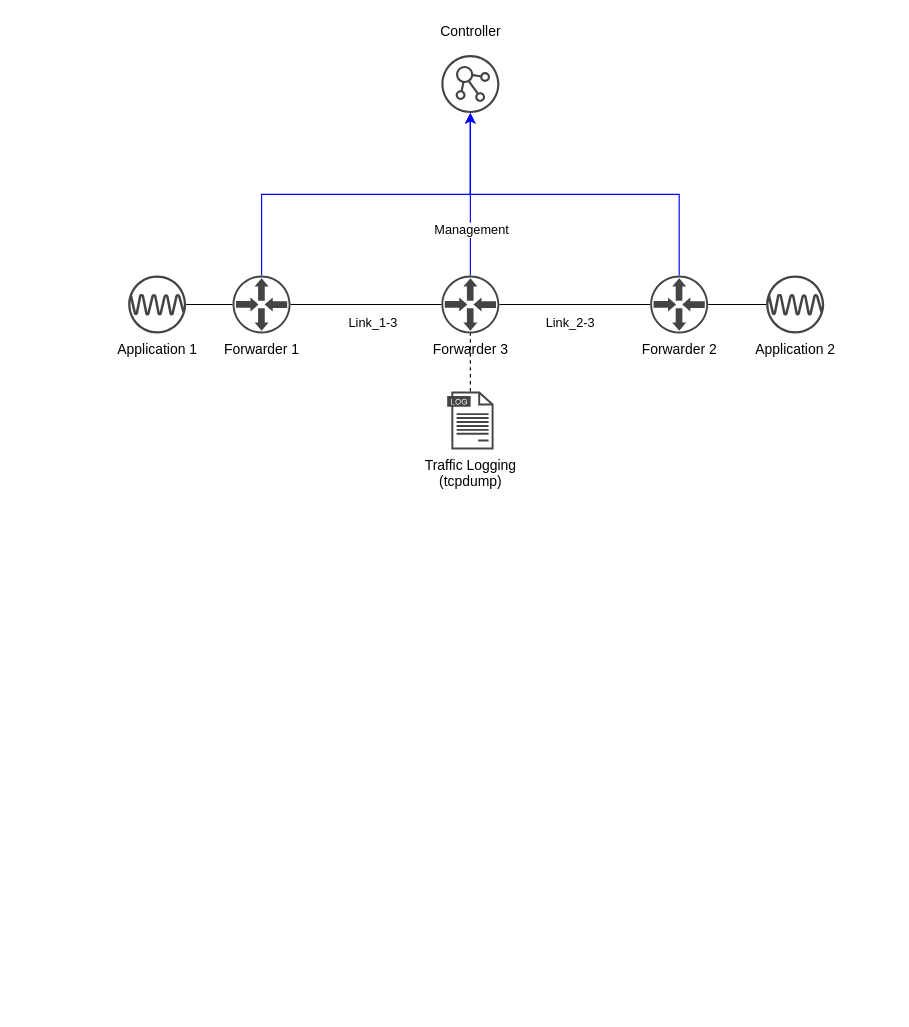
Above: Topology.drawio in cianmawhinney/CSU33031-Assignment-2 (draw.io), before the change. Source tidied: cells renumbered, new cells numbered last; positions are measured from the earlier drawing's top-left corner, leaving out a move shared by most shapes. Both pictures are drawn from the tidied source at 116%, with x=0, y=0 at pixel (128, 20).
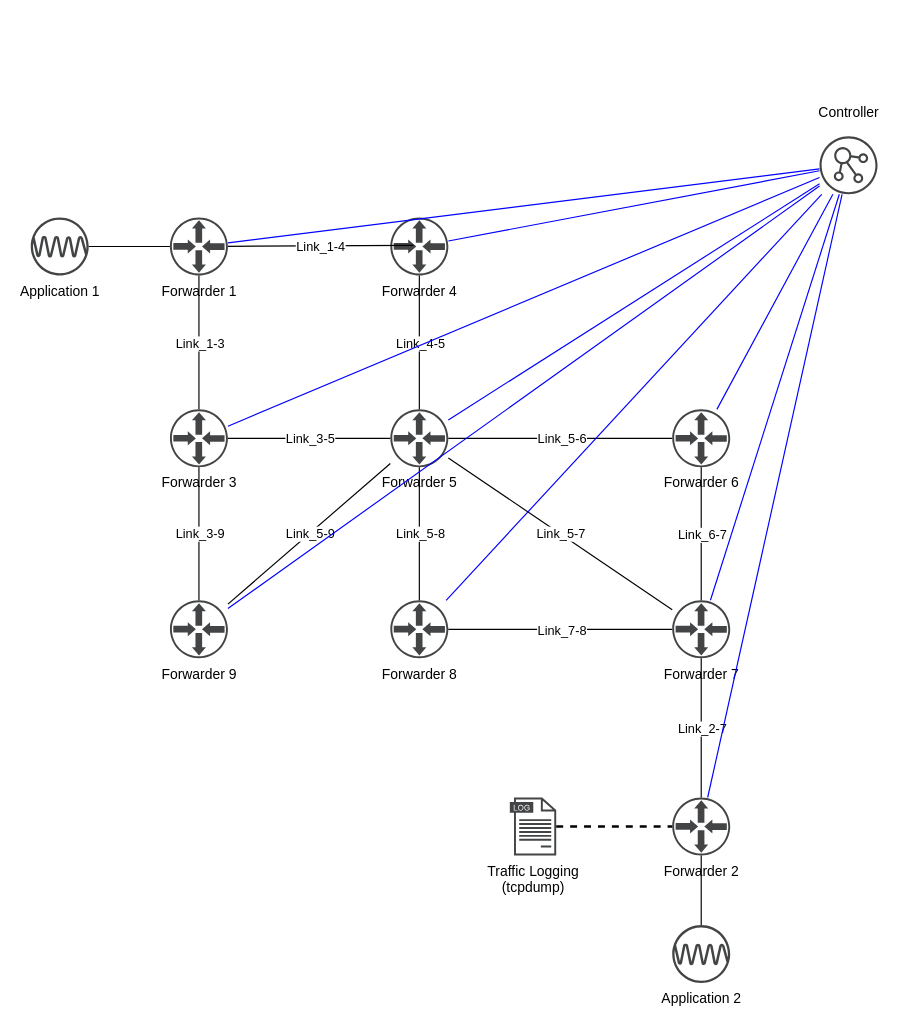
The same page after the edit.

Commit message (it also covers changes not shown here):
Create more complex topology

Diff of the diagram source:
```diff
@@
-    <mxCell id="2" style="edgeStyle=orthogonalEdgeStyle;rounded=0;jettySize=auto;html=1;endArrow=none;endFill=0;" parent="1" edge="1" source="5" target="17">
-      <mxGeometry relative="1" as="geometry" />
-    </mxCell>
-    <mxCell id="3" value="Link_1-3" style="edgeLabel;html=1;align=center;verticalAlign=middle;" parent="2" vertex="1">
-      <mxGeometry x="0.31" y="1" relative="1" as="geometry">
-        <mxPoint x="-15" y="16" as="offset" />
-      </mxGeometry>
-    </mxCell>
-    <mxCell id="4" style="edgeStyle=orthogonalEdgeStyle;rounded=0;jettySize=auto;html=1;endArrow=classic;endFill=1;strokeColor=#0000FF;" parent="1" edge="1" source="5" target="8">
-      <mxGeometry relative="1" as="geometry">
-        <Array as="points">
-          <mxPoint x="115" y="150" />
-          <mxPoint x="295" y="150" />
-        </Array>
-      </mxGeometry>
-    </mxCell>
     <mxCell id="5" value="Forwarder 1" style="shadow=0;dashed=0;html=1;strokeColor=none;fillColor=#434445;labelPosition=center;verticalLabelPosition=bottom;verticalAlign=top;align=center;outlineConnect=0;shape=mxgraph.vvd.physical_upstream_router;" parent="1" vertex="1">
-      <mxGeometry x="90" y="220" width="50" height="50" as="geometry" />
+      <mxGeometry x="36" y="170" width="50" height="50" as="geometry" />
     </mxCell>
-    <mxCell id="6" style="edgeStyle=orthogonalEdgeStyle;rounded=0;jettySize=auto;html=1;endArrow=none;endFill=0;" parent="1" edge="1" source="7" target="5">
+    <mxCell id="6" style="rounded=0;jettySize=auto;html=1;endArrow=none;endFill=0;" parent="1" edge="1" source="7" target="5">
       <mxGeometry relative="1" as="geometry" />
     </mxCell>
     <mxCell id="7" value="Application 1" style="shadow=0;dashed=0;html=1;strokeColor=none;fillColor=#434445;labelPosition=center;verticalLabelPosition=bottom;verticalAlign=top;align=center;outlineConnect=0;shape=mxgraph.vvd.platform_services_controller;" parent="1" vertex="1">
-      <mxGeometry y="220" width="50" height="50" as="geometry" />
+      <mxGeometry x="-84" y="170" width="50" height="50" as="geometry" />
     </mxCell>
     <mxCell id="8" style="shadow=0;dashed=0;html=1;strokeColor=none;fillColor=#434445;labelPosition=center;verticalLabelPosition=bottom;verticalAlign=top;align=center;outlineConnect=0;shape=mxgraph.vvd.nsx_controller;" parent="1" vertex="1">
-      <mxGeometry x="270" y="30" width="50" height="50" as="geometry" />
+      <mxGeometry x="596" y="100" width="50" height="50" as="geometry" />
     </mxCell>
-    <mxCell id="9" style="edgeStyle=orthogonalEdgeStyle;rounded=0;jettySize=auto;html=1;endArrow=none;endFill=0;" parent="1" edge="1" source="12" target="17">
-      <mxGeometry relative="1" as="geometry" />
-    </mxCell>
-    <mxCell id="10" value="Link_2-3" style="edgeLabel;html=1;align=center;verticalAlign=middle;" parent="9" vertex="1">
-      <mxGeometry x="0.34" y="3" relative="1" as="geometry">
-        <mxPoint x="17" y="12" as="offset" />
-      </mxGeometry>
-    </mxCell>
-    <mxCell id="11" style="edgeStyle=orthogonalEdgeStyle;rounded=0;jettySize=auto;html=1;endArrow=classic;endFill=1;strokeColor=#0000FF;" parent="1" edge="1" source="12" target="8">
-      <mxGeometry relative="1" as="geometry">
-        <Array as="points">
-          <mxPoint x="475" y="150" />
-          <mxPoint x="295" y="150" />
-        </Array>
-      </mxGeometry>
-    </mxCell>
     <mxCell id="12" value="Forwarder 2" style="shadow=0;dashed=0;html=1;strokeColor=none;fillColor=#434445;labelPosition=center;verticalLabelPosition=bottom;verticalAlign=top;align=center;outlineConnect=0;shape=mxgraph.vvd.physical_upstream_router;" parent="1" vertex="1">
-      <mxGeometry x="450" y="220" width="50" height="50" as="geometry" />
+      <mxGeometry x="469" y="670" width="50" height="50" as="geometry" />
     </mxCell>
@@
     <mxCell id="14" value="Application 2" style="shadow=0;dashed=0;html=1;strokeColor=none;fillColor=#434445;labelPosition=center;verticalLabelPosition=bottom;verticalAlign=top;align=center;outlineConnect=0;shape=mxgraph.vvd.platform_services_controller;" parent="1" vertex="1">
-      <mxGeometry x="550" y="220" width="50" height="50" as="geometry" />
+      <mxGeometry x="469" y="780" width="50" height="50" as="geometry" />
     </mxCell>
-    <mxCell id="15" style="edgeStyle=orthogonalEdgeStyle;rounded=0;jettySize=auto;html=1;endArrow=classic;endFill=1;strokeColor=#0000FF;" parent="1" edge="1" source="17" target="8">
-      <mxGeometry relative="1" as="geometry" />
-    </mxCell>
-    <mxCell id="16" value="Management" style="edgeLabel;html=1;align=center;verticalAlign=middle;" parent="15" vertex="1">
-      <mxGeometry x="0.36" y="-1" relative="1" as="geometry">
-        <mxPoint x="-1" y="55" as="offset" />
-      </mxGeometry>
-    </mxCell>
-    <mxCell id="17" value="Forwarder 3" style="shadow=0;dashed=0;html=1;strokeColor=none;fillColor=#434445;labelPosition=center;verticalLabelPosition=bottom;verticalAlign=top;align=center;outlineConnect=0;shape=mxgraph.vvd.physical_upstream_router;" parent="1" vertex="1">
-      <mxGeometry x="270" y="220" width="50" height="50" as="geometry" />
+    <mxCell id="17" value="Forwarder 4" style="shadow=0;dashed=0;html=1;strokeColor=none;fillColor=#434445;labelPosition=center;verticalLabelPosition=bottom;verticalAlign=top;align=center;outlineConnect=0;shape=mxgraph.vvd.physical_upstream_router;" parent="1" vertex="1">
+      <mxGeometry x="226" y="170" width="50" height="50" as="geometry" />
     </mxCell>
     <mxCell id="18" value="Controller" style="text;html=1;align=center;verticalAlign=middle;strokeColor=none;" parent="1" vertex="1">
-      <mxGeometry x="260" width="70" height="20" as="geometry" />
+      <mxGeometry x="586" y="70" width="70" height="20" as="geometry" />
     </mxCell>
-    <mxCell id="19" style="edgeStyle=orthogonalEdgeStyle;rounded=0;jettySize=auto;html=1;endArrow=none;endFill=0;dashed=1;" parent="1" edge="1" source="20" target="17">
-      <mxGeometry relative="1" as="geometry" />
-    </mxCell>
     <mxCell id="20" value="Traffic Logging&lt;br&gt;(tcpdump)" style="shadow=0;dashed=0;html=1;strokeColor=none;fillColor=#434445;labelPosition=center;verticalLabelPosition=bottom;verticalAlign=top;align=center;outlineConnect=0;shape=mxgraph.vvd.log_files;" parent="1" vertex="1">
-      <mxGeometry x="275" y="320" width="40" height="50" as="geometry" />
+      <mxGeometry x="329" y="670" width="40" height="50" as="geometry" />
     </mxCell>
+    <mxCell id="21" value="Forwarder 6" style="shadow=0;dashed=0;html=1;strokeColor=none;fillColor=#434445;labelPosition=center;verticalLabelPosition=bottom;verticalAlign=top;align=center;outlineConnect=0;shape=mxgraph.vvd.physical_upstream_router;" parent="1" vertex="1">
+      <mxGeometry x="469" y="335.4" width="50" height="50" as="geometry" />
+    </mxCell>
+    <mxCell id="22" value="Forwarder 3" style="shadow=0;dashed=0;html=1;strokeColor=none;fillColor=#434445;labelPosition=center;verticalLabelPosition=bottom;verticalAlign=top;align=center;outlineConnect=0;shape=mxgraph.vvd.physical_upstream_router;" parent="1" vertex="1">
+      <mxGeometry x="36" y="335.4" width="50" height="50" as="geometry" />
+    </mxCell>
+    <mxCell id="23" value="Forwarder 5" style="shadow=0;dashed=0;html=1;strokeColor=none;fillColor=#434445;labelPosition=center;verticalLabelPosition=bottom;verticalAlign=top;align=center;outlineConnect=0;shape=mxgraph.vvd.physical_upstream_router;" parent="1" vertex="1">
+      <mxGeometry x="226" y="335.4" width="50" height="50" as="geometry" />
+    </mxCell>
+    <mxCell id="24" value="Forwarder 7" style="shadow=0;dashed=0;html=1;strokeColor=none;fillColor=#434445;labelPosition=center;verticalLabelPosition=bottom;verticalAlign=top;align=center;outlineConnect=0;shape=mxgraph.vvd.physical_upstream_router;" parent="1" vertex="1">
+      <mxGeometry x="469" y="500" width="50" height="50" as="geometry" />
+    </mxCell>
+    <mxCell id="25" value="Forwarder 8" style="shadow=0;dashed=0;html=1;strokeColor=none;fillColor=#434445;labelPosition=center;verticalLabelPosition=bottom;verticalAlign=top;align=center;outlineConnect=0;shape=mxgraph.vvd.physical_upstream_router;" parent="1" vertex="1">
+      <mxGeometry x="226" y="500" width="50" height="50" as="geometry" />
+    </mxCell>
+    <mxCell id="26" value="Forwarder 9" style="shadow=0;dashed=0;html=1;strokeColor=none;fillColor=#434445;labelPosition=center;verticalLabelPosition=bottom;verticalAlign=top;align=center;outlineConnect=0;shape=mxgraph.vvd.physical_upstream_router;" parent="1" vertex="1">
+      <mxGeometry x="36" y="500" width="50" height="50" as="geometry" />
+    </mxCell>
+    <mxCell id="27" style="endArrow=none;html=1;endFill=0;" parent="1" edge="1" source="22" target="23">
+      <mxGeometry relative="1" as="geometry" />
+    </mxCell>
+    <mxCell id="28" value="Link_3-5" style="edgeLabel;html=1;align=center;verticalAlign=middle;" parent="27" vertex="1">
+      <mxGeometry relative="1" as="geometry" />
+    </mxCell>
+    <mxCell id="29" style="endArrow=none;html=1;endFill=0;" parent="1" edge="1" source="24" target="12">
+      <mxGeometry relative="1" as="geometry" />
+    </mxCell>
+    <mxCell id="30" value="Link_2-7" style="edgeLabel;html=1;align=center;verticalAlign=middle;" parent="29" vertex="1">
+      <mxGeometry relative="1" as="geometry" />
+    </mxCell>
+    <mxCell id="31" style="endArrow=none;html=1;endFill=0;" parent="1" edge="1" source="23" target="21">
+      <mxGeometry relative="1" as="geometry" />
+    </mxCell>
+    <mxCell id="32" value="Link_5-6" style="edgeLabel;html=1;align=center;verticalAlign=middle;" parent="31" vertex="1">
+      <mxGeometry relative="1" as="geometry" />
+    </mxCell>
+    <mxCell id="33" style="endArrow=none;html=1;endFill=0;" parent="1" edge="1" source="23" target="24">
+      <mxGeometry relative="1" as="geometry" />
+    </mxCell>
+    <mxCell id="34" value="Link_5-7" style="edgeLabel;html=1;align=center;verticalAlign=middle;" parent="33" vertex="1">
+      <mxGeometry relative="1" as="geometry" />
+    </mxCell>
+    <mxCell id="35" style="endArrow=none;html=1;endFill=0;" parent="1" edge="1" source="24" target="21">
+      <mxGeometry relative="1" as="geometry" />
+    </mxCell>
+    <mxCell id="36" value="Link_6-7" style="edgeLabel;html=1;align=center;verticalAlign=middle;" parent="35" vertex="1">
+      <mxGeometry relative="1" as="geometry" />
+    </mxCell>
+    <mxCell id="37" style="endArrow=none;html=1;endFill=0;" parent="1" edge="1" source="5">
+      <mxGeometry relative="1" as="geometry">
+        <mxPoint x="246" y="194" as="targetPoint" />
+      </mxGeometry>
+    </mxCell>
+    <mxCell id="38" value="Link_1-4" style="edgeLabel;html=1;align=center;verticalAlign=middle;" parent="37" vertex="1">
+      <mxGeometry relative="1" as="geometry" />
+    </mxCell>
+    <mxCell id="39" style="endArrow=none;html=1;endFill=0;" parent="1" edge="1" source="17" target="23">
+      <mxGeometry relative="1" as="geometry" />
+    </mxCell>
+    <mxCell id="40" value="Link_4-5" style="edgeLabel;html=1;align=center;verticalAlign=middle;" parent="39" vertex="1">
+      <mxGeometry relative="1" as="geometry" />
+    </mxCell>
+    <mxCell id="41" style="endArrow=none;html=1;endFill=0;" parent="1" edge="1" source="5" target="22">
+      <mxGeometry relative="1" as="geometry" />
+    </mxCell>
+    <mxCell id="3" value="Link_1-3" style="edgeLabel;html=1;align=center;verticalAlign=middle;" parent="41" vertex="1">
+      <mxGeometry relative="1" as="geometry" />
+    </mxCell>
+    <mxCell id="42" style="endArrow=none;html=1;endFill=0;" parent="1" edge="1" source="22" target="26">
+      <mxGeometry relative="1" as="geometry" />
+    </mxCell>
+    <mxCell id="43" value="Link_3-9" style="edgeLabel;html=1;align=center;verticalAlign=middle;" parent="42" vertex="1">
+      <mxGeometry relative="1" as="geometry" />
+    </mxCell>
+    <mxCell id="44" style="endArrow=none;html=1;endFill=0;" parent="1" edge="1" source="23" target="25">
+      <mxGeometry relative="1" as="geometry" />
+    </mxCell>
+    <mxCell id="45" value="Link_5-8" style="edgeLabel;html=1;align=center;verticalAlign=middle;" parent="44" vertex="1">
+      <mxGeometry relative="1" as="geometry" />
+    </mxCell>
+    <mxCell id="46" style="endArrow=none;html=1;endFill=0;" parent="1" edge="1" source="26" target="23">
+      <mxGeometry relative="1" as="geometry" />
+    </mxCell>
+    <mxCell id="47" value="Link_5-9" style="edgeLabel;html=1;align=center;verticalAlign=middle;" parent="46" vertex="1">
+      <mxGeometry relative="1" as="geometry" />
+    </mxCell>
+    <mxCell id="48" style="endArrow=none;dashed=1;html=1;strokeWidth=2;fillColor=#dae8fc;" parent="1" edge="1" source="20" target="12">
+      <mxGeometry relative="1" as="geometry" />
+    </mxCell>
+    <mxCell id="49" style="endArrow=none;html=1;endFill=0;" parent="1" edge="1" source="25" target="24">
+      <mxGeometry relative="1" as="geometry" />
+    </mxCell>
+    <mxCell id="50" value="Link_7-8" style="edgeLabel;html=1;align=center;verticalAlign=middle;" parent="49" vertex="1">
+      <mxGeometry relative="1" as="geometry" />
+    </mxCell>
+    <mxCell id="4" style="endArrow=none;html=1;strokeColor=#0000FF;" parent="1" edge="1" source="5" target="8">
+      <mxGeometry relative="1" as="geometry" />
+    </mxCell>
+    <mxCell id="11" style="endArrow=none;html=1;strokeColor=#0000FF;" parent="1" edge="1" source="12" target="8">
+      <mxGeometry relative="1" as="geometry" />
+    </mxCell>
+    <mxCell id="51" style="endArrow=none;html=1;strokeColor=#0000FF;" parent="1" edge="1" source="22" target="8">
+      <mxGeometry relative="1" as="geometry" />
+    </mxCell>
+    <mxCell id="15" style="endArrow=none;html=1;strokeColor=#0000FF;" parent="1" edge="1" source="17" target="8">
+      <mxGeometry relative="1" as="geometry" />
+    </mxCell>
+    <mxCell id="52" style="endArrow=none;html=1;strokeColor=#0000FF;" parent="1" edge="1" source="26" target="8">
+      <mxGeometry relative="1" as="geometry" />
+    </mxCell>
+    <mxCell id="53" style="endArrow=none;html=1;strokeColor=#0000FF;" parent="1" edge="1" source="23" target="8">
+      <mxGeometry relative="1" as="geometry" />
+    </mxCell>
+    <mxCell id="54" style="endArrow=none;html=1;strokeColor=#0000FF;" parent="1" edge="1" source="21" target="8">
+      <mxGeometry relative="1" as="geometry" />
+    </mxCell>
+    <mxCell id="55" style="endArrow=none;html=1;strokeColor=#0000FF;" parent="1" edge="1" source="25" target="8">
+      <mxGeometry relative="1" as="geometry" />
+    </mxCell>
+    <mxCell id="56" style="endArrow=none;html=1;strokeColor=#0000FF;" parent="1" edge="1" source="24" target="8">
+      <mxGeometry relative="1" as="geometry" />
+    </mxCell>
```
